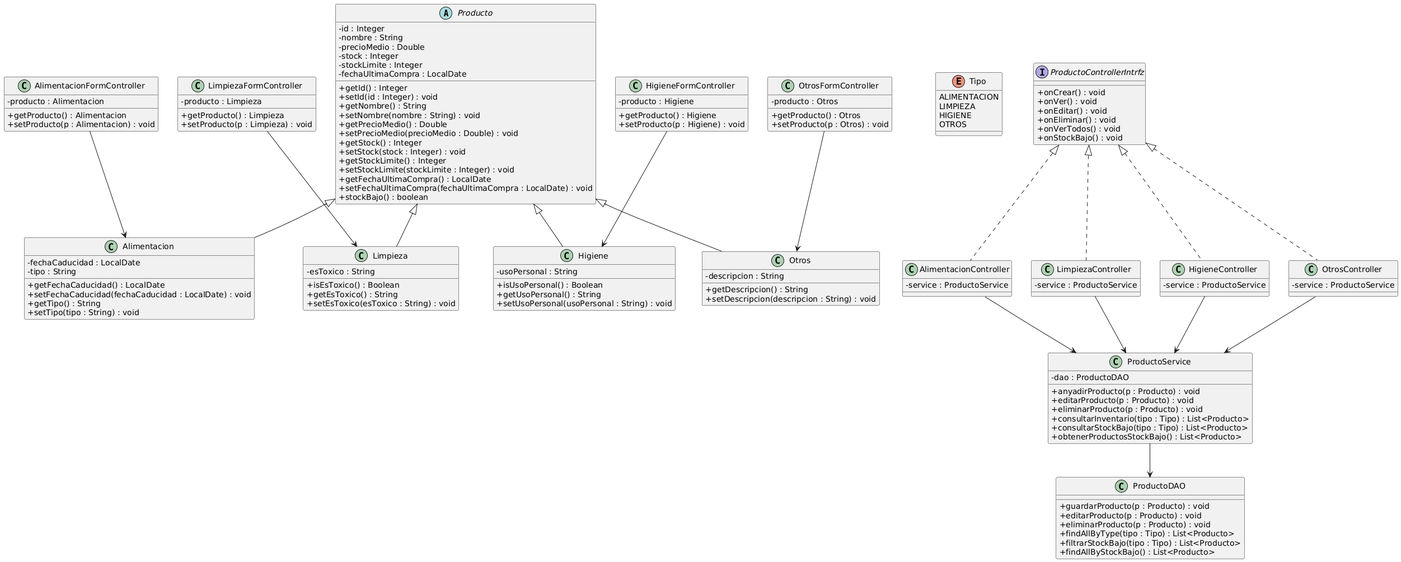
Above: src/main/resources/uml/diagrama_clases.png in abeltran10/lista_compra (PlantUML), before the change. The source it was exported from:
```plantuml
@startuml
skinparam classAttributeIconSize 0

abstract class Producto {
    - id : Integer
    - nombre : String
    - precioMedio : Double
    - stock : Integer
    - stockLimite : Integer
    - fechaUltimaCompra : LocalDate

    + getId() : Integer
    + setId(id : Integer) : void
    + getNombre() : String
    + setNombre(nombre : String) : void
    + getPrecioMedio() : Double
    + setPrecioMedio(precioMedio : Double) : void
    + getStock() : Integer
    + setStock(stock : Integer) : void
    + getStockLimite() : Integer
    + setStockLimite(stockLimite : Integer) : void
    + getFechaUltimaCompra() : LocalDate
    + setFechaUltimaCompra(fechaUltimaCompra : LocalDate) : void
    + stockBajo() : boolean
}

class Alimentacion {
    - fechaCaducidad : LocalDate
    - tipo : String
    + getFechaCaducidad() : LocalDate
    + setFechaCaducidad(fechaCaducidad : LocalDate) : void
    + getTipo() : String
    + setTipo(tipo : String) : void
}

class Limpieza {
    - esToxico : String
    + isEsToxico() : Boolean
    + getEsToxico() : String
    + setEsToxico(esToxico : String) : void
}

class Higiene {
    - usoPersonal : String
    + isUsoPersonal() : Boolean
    + getUsoPersonal() : String
    + setUsoPersonal(usoPersonal : String) : void
}

class Otros {
    - descripcion : String
    + getDescripcion() : String
    + setDescripcion(descripcion : String) : void
}

Producto <|-- Alimentacion
Producto <|-- Limpieza
Producto <|-- Higiene
Producto <|-- Otros

enum Tipo {
    ALIMENTACION
    LIMPIEZA
    HIGIENE
    OTROS
}

class ProductoDAO {
    + guardarProducto(p : Producto) : void
    + editarProducto(p : Producto) : void
    + eliminarProducto(p : Producto) : void
    + findAllByType(tipo : Tipo) : List<Producto>
    + filtrarStockBajo(tipo : Tipo) : List<Producto>
    + findAllByStockBajo() : List<Producto>
}

class ProductoService {
    - dao : ProductoDAO
    + anyadirProducto(p : Producto) : void
    + editarProducto(p : Producto) : void
    + eliminarProducto(p : Producto) : void
    + consultarInventario(tipo : Tipo) : List<Producto>
    + consultarStockBajo(tipo : Tipo) : List<Producto>
    + obtenerProductosStockBajo() : List<Producto>
}

ProductoService --> ProductoDAO

interface ProductoControllerIntrfz {
    + onCrear() : void
    + onVer() : void
    + onEditar() : void
    + onEliminar() : void
    + onVerTodos() : void
    + onStockBajo() : void
}

class AlimentacionController {
    - service : ProductoService
}

class LimpiezaController {
    - service : ProductoService
}

class HigieneController {
    - service : ProductoService
}

class OtrosController {
    - service : ProductoService
}

ProductoControllerIntrfz <|.. AlimentacionController
ProductoControllerIntrfz <|.. LimpiezaController
ProductoControllerIntrfz <|.. HigieneController
ProductoControllerIntrfz <|.. OtrosController

AlimentacionController --> ProductoService
LimpiezaController --> ProductoService
HigieneController --> ProductoService
OtrosController --> ProductoService

class AlimentacionFormController {
    - producto : Alimentacion
    + getProducto() : Alimentacion
    + setProducto(p : Alimentacion) : void
}

class LimpiezaFormController {
    - producto : Limpieza
    + getProducto() : Limpieza
    + setProducto(p : Limpieza) : void
}

class HigieneFormController {
    - producto : Higiene
    + getProducto() : Higiene
    + setProducto(p : Higiene) : void
}

class OtrosFormController {
    - producto : Otros
    + getProducto() : Otros
    + setProducto(p : Otros) : void
}

AlimentacionFormController --> Alimentacion
LimpiezaFormController --> Limpieza
HigieneFormController --> Higiene
OtrosFormController --> Otros
@enduml
```
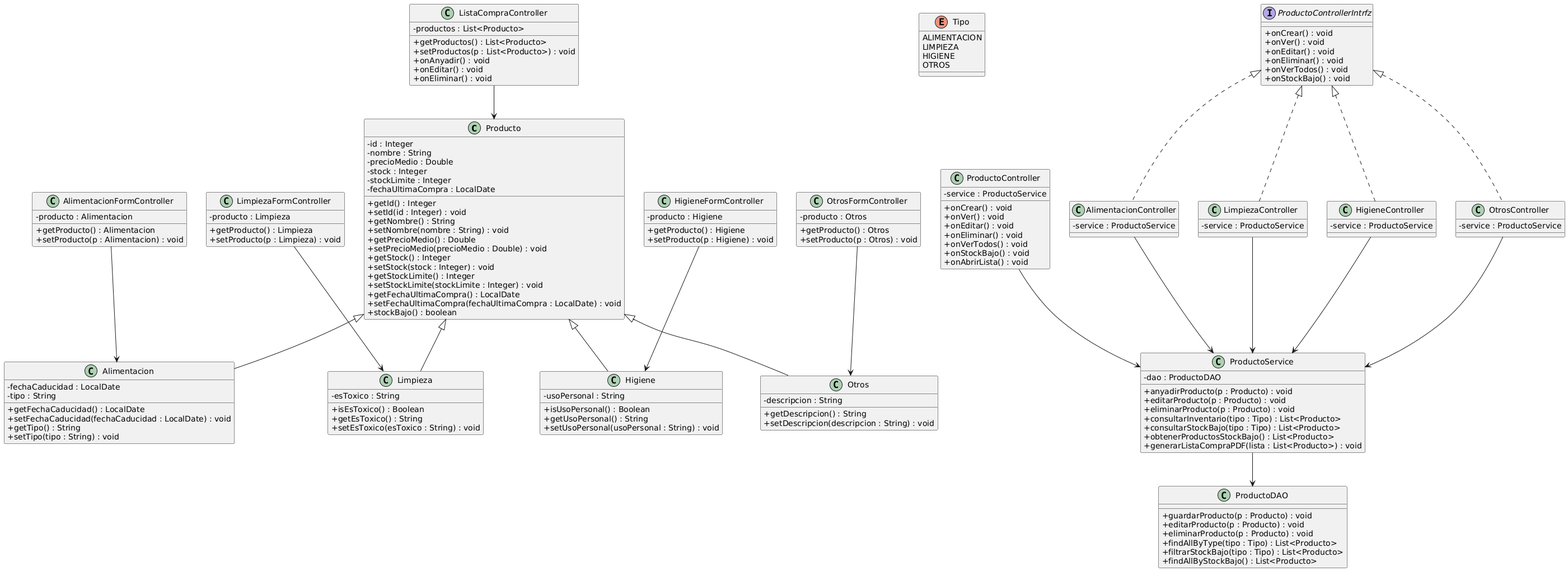
The same diagram one commit later.

Commit message:
modificados diagramas

What changed in the source:
```diff
@@ -1,7 +1,7 @@
 @startuml
 skinparam classAttributeIconSize 0
 
-abstract class Producto {
+class Producto {
     - id : Integer
     - nombre : String
     - precioMedio : Double
@@ -82,6 +82,8 @@
     + consultarInventario(tipo : Tipo) : List<Producto>
     + consultarStockBajo(tipo : Tipo) : List<Producto>
     + obtenerProductosStockBajo() : List<Producto>
+    + generarListaCompraPDF(lista : List<Producto>) : void
+
 }
 
 ProductoService --> ProductoDAO
@@ -94,6 +96,19 @@
     + onVerTodos() : void
     + onStockBajo() : void
 }
+
+
+class ProductoController {
+    - service : ProductoService
+    + onCrear() : void
+    + onVer() : void
+    + onEditar() : void
+    + onEliminar() : void
+    + onVerTodos() : void
+    + onStockBajo() : void
+    + onAbrirLista() : void
+}
+
 
 class AlimentacionController {
     - service : ProductoService
@@ -116,10 +131,24 @@
 ProductoControllerIntrfz <|.. HigieneController
 ProductoControllerIntrfz <|.. OtrosController
 
+
+ProductoController --> ProductoService
 AlimentacionController --> ProductoService
 LimpiezaController --> ProductoService
 HigieneController --> ProductoService
 OtrosController --> ProductoService
+
+
+
+class ListaCompraController {
+    - productos : List<Producto>
+    + getProductos() : List<Producto>
+    + setProductos(p : List<Producto>) : void
+    + onAnyadir() : void
+    + onEditar() : void
+    + onEliminar() : void
+}
+
 
 class AlimentacionFormController {
     - producto : Alimentacion
@@ -145,6 +174,8 @@
     + setProducto(p : Otros) : void
 }
 
+
+ListaCompraController --> Producto
 AlimentacionFormController --> Alimentacion
 LimpiezaFormController --> Limpieza
 HigieneFormController --> Higiene
```
